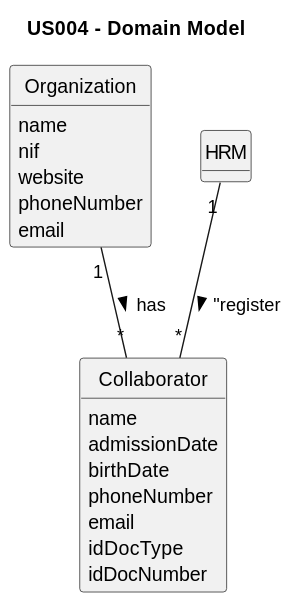
Rui-San/LAPR2_2023_2024 keeps this PlantUML diagram as docs/sprintA/us003/02.analysis/svg/us003-domain-model.svg. Above is the earlier version.
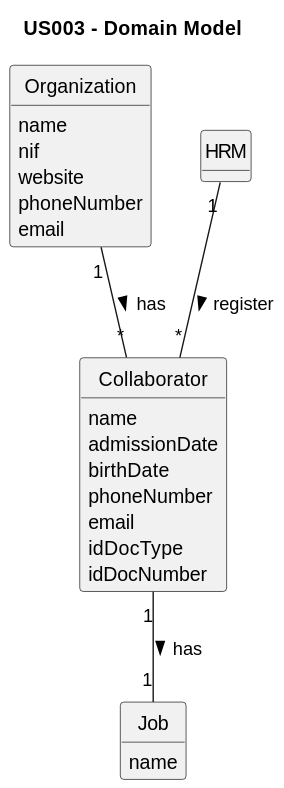
After the change.

Commit message:
US005: Updated design of the domain model connections

The edit, as a diff of the source:
```diff
@@ -8,7 +8,7 @@
 hide circle
 hide methods
 
-title US004 - Domain Model
+title US003 - Domain Model
 
 class Organization {
     name
@@ -22,6 +22,10 @@
 
 }
 
+class Job{
+    name
+}
+
 class Collaborator{
     name
     admissionDate
@@ -32,6 +36,7 @@
     idDocNumber
 }
 
-HRM "1" -- "*" Collaborator : "register >
+HRM "1" -- "*" Collaborator : "register >"
 Organization "1" -- "*" Collaborator : "has >"
+Collaborator "1" -- "1" Job : "has >"
 @enduml
```
